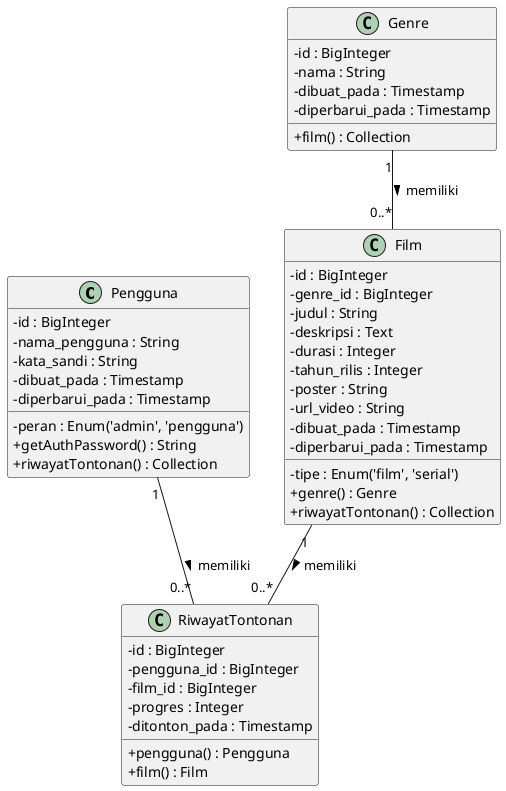
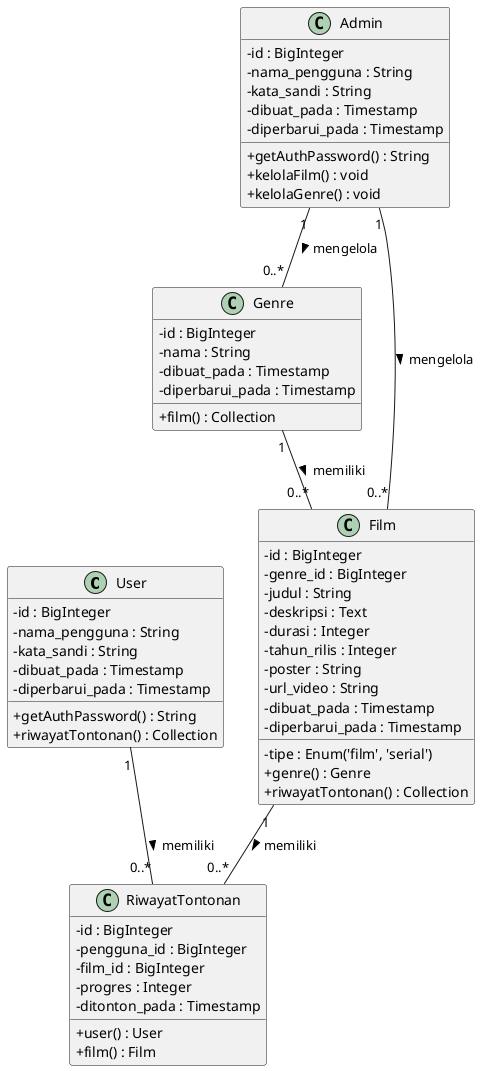
@startuml
skinparam classAttributeIconSize 0

- class Pengguna {
+ class User {
  - id : BigInteger
  - nama_pengguna : String
  - kata_sandi : String
-   - peran : Enum('admin', 'pengguna')
  - dibuat_pada : Timestamp
  - diperbarui_pada : Timestamp
  + getAuthPassword() : String
  + riwayatTontonan() : Collection
+ }
+ 
+ class Admin {
+   - id : BigInteger
+   - nama_pengguna : String
+   - kata_sandi : String
+   - dibuat_pada : Timestamp
+   - diperbarui_pada : Timestamp
+   + getAuthPassword() : String
+   + kelolaFilm() : void
+   + kelolaGenre() : void
}

class Genre {
  - id : BigInteger
  - nama : String
  - dibuat_pada : Timestamp
  - diperbarui_pada : Timestamp
  + film() : Collection
}

class Film {
  - id : BigInteger
  - genre_id : BigInteger
  - tipe : Enum('film', 'serial')
  - judul : String
  - deskripsi : Text
  - durasi : Integer
  - tahun_rilis : Integer
  - poster : String
  - url_video : String
  - dibuat_pada : Timestamp
  - diperbarui_pada : Timestamp
  + genre() : Genre
  + riwayatTontonan() : Collection
}

class RiwayatTontonan {
  - id : BigInteger
  - pengguna_id : BigInteger
  - film_id : BigInteger
  - progres : Integer
  - ditonton_pada : Timestamp
-   + pengguna() : Pengguna
+   + user() : User
  + film() : Film
}

Genre "1" -- "0..*" Film : memiliki >
- Pengguna "1" -- "0..*" RiwayatTontonan : memiliki >
+ User "1" -- "0..*" RiwayatTontonan : memiliki >
Film "1" -- "0..*" RiwayatTontonan : memiliki >
+ Admin "1" -- "0..*" Film : mengelola >
+ Admin "1" -- "0..*" Genre : mengelola >

@enduml
